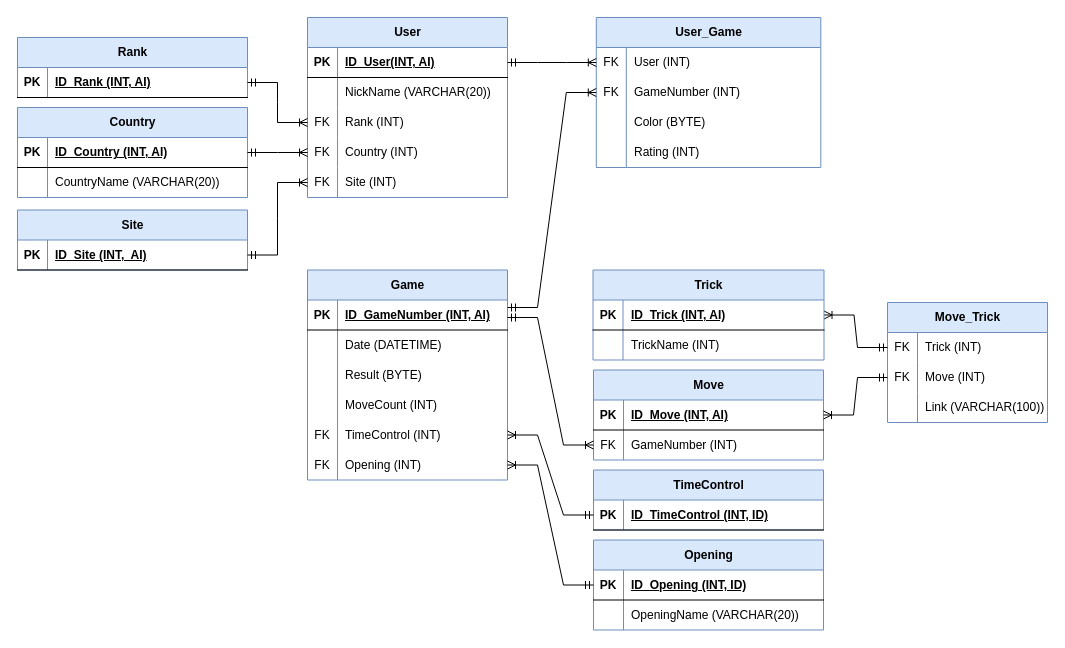
Earlier version of the draw.io diagram ChessDataBase/Физическая модель.drawio (Gmel2004/DataBasesLabWorks). Source tidied: cells renumbered, new cells numbered last; positions are measured from the earlier drawing's top-left corner, leaving out a move shared by most shapes. Both pictures are drawn from the tidied source at 100%, with x=0, y=0 at pixel (17, 17).
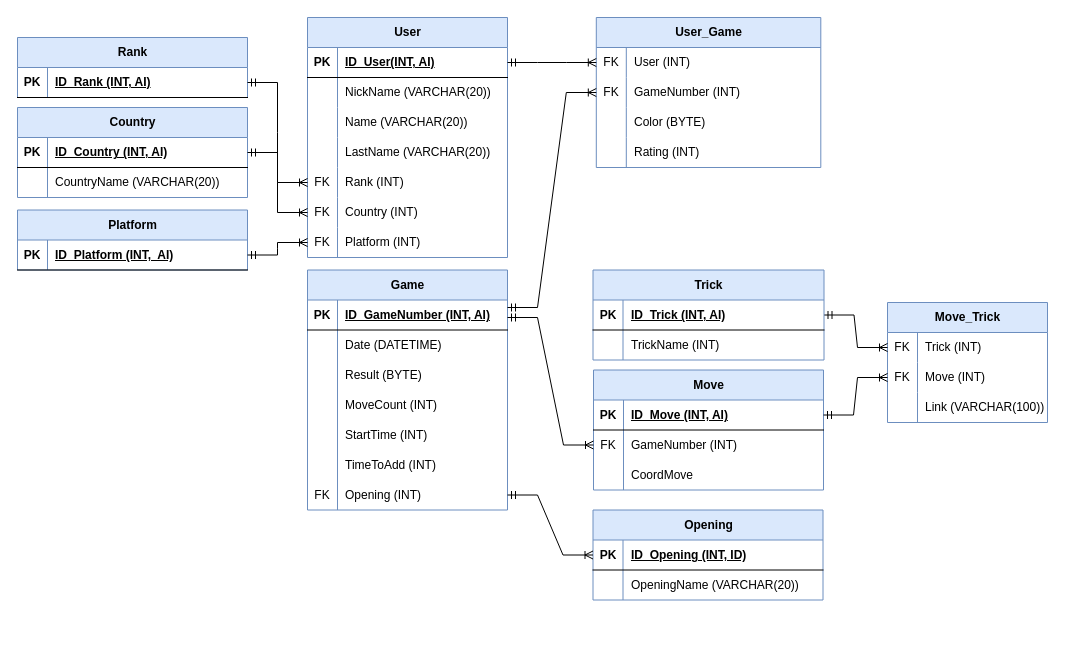
The same page after the edit.

The change refers to these unchanged cells:
```xml
<mxCell id="15" style="shape=tableRow;horizontal=0;startSize=0;swimlaneHead=0;swimlaneBody=0;fillColor=none;points=[[0,0.5],[1,0.5]];portConstraint=eastwest;top=0;left=0;right=0;bottom=0;labelBackgroundColor=none;" parent="2" vertex="1">
  <mxGeometry y="150" width="200" height="30" as="geometry" />
</mxCell>
<mxCell id="49" style="shape=tableRow;horizontal=0;startSize=0;swimlaneHead=0;swimlaneBody=0;fillColor=none;points=[[0,0.5],[1,0.5]];portConstraint=eastwest;top=0;left=0;right=0;bottom=1;labelBackgroundColor=none;" parent="48" vertex="1">
  <mxGeometry y="30" width="230" height="30" as="geometry" />
</mxCell>
<mxCell id="57" style="shape=tableRow;horizontal=0;startSize=0;swimlaneHead=0;swimlaneBody=0;fillColor=none;points=[[0,0.5],[1,0.5]];portConstraint=eastwest;top=0;left=0;right=0;bottom=1;labelBackgroundColor=none;" parent="56" vertex="1">
  <mxGeometry y="30" width="230" height="30" as="geometry" />
</mxCell>
<mxCell id="64" style="shape=tableRow;horizontal=0;startSize=0;swimlaneHead=0;swimlaneBody=0;fillColor=none;points=[[0,0.5],[1,0.5]];portConstraint=eastwest;top=0;left=0;right=0;bottom=0;labelBackgroundColor=none;" parent="63" vertex="1">
  <mxGeometry y="30" width="160" height="30" as="geometry" />
</mxCell>
<mxCell id="67" style="shape=tableRow;horizontal=0;startSize=0;swimlaneHead=0;swimlaneBody=0;fillColor=none;points=[[0,0.5],[1,0.5]];portConstraint=eastwest;top=0;left=0;right=0;bottom=0;labelBackgroundColor=none;" parent="63" vertex="1">
  <mxGeometry y="60" width="160" height="30" as="geometry" />
</mxCell>
<mxCell id="74" style="shape=tableRow;horizontal=0;startSize=0;swimlaneHead=0;swimlaneBody=0;fillColor=none;points=[[0,0.5],[1,0.5]];portConstraint=eastwest;top=0;left=0;right=0;bottom=1;labelBackgroundColor=none;" parent="73" vertex="1">
  <mxGeometry y="30" width="230" height="30" as="geometry" />
</mxCell>
<mxCell id="104" style="shape=tableRow;horizontal=0;startSize=0;swimlaneHead=0;swimlaneBody=0;fillColor=none;points=[[0,0.5],[1,0.5]];portConstraint=eastwest;top=0;left=0;right=0;bottom=1;" parent="103" vertex="1">
  <mxGeometry y="30" width="231" height="30" as="geometry" />
</mxCell>
```

The edit, as a diff of the source:
```diff
@@
     <mxCell id="2" value="Game" style="shape=table;startSize=30;childLayout=tableLayout;rowLines=0;fontStyle=1;align=center;html=1;labelBackgroundColor=none;fillColor=#dae8fc;strokeColor=#6c8ebf;" parent="1" vertex="1">
-      <mxGeometry x="290" y="252.5" width="200" height="210" as="geometry" />
+      <mxGeometry x="290" y="252.5" width="200" height="240" as="geometry" />
     </mxCell>
@@
-    <mxCell id="16" value="FK" style="shape=partialRectangle;fillColor=none;top=0;left=0;bottom=0;right=0;overflow=hidden;whiteSpace=wrap;html=1;labelBackgroundColor=none;" parent="15" vertex="1">
+    <mxCell id="16" style="shape=partialRectangle;fillColor=none;top=0;left=0;bottom=0;right=0;overflow=hidden;whiteSpace=wrap;html=1;labelBackgroundColor=none;" parent="15" vertex="1">
       <mxGeometry width="30" height="30" as="geometry" />
     </mxCell>
-    <mxCell id="17" value="TimeControl (INT)" style="shape=partialRectangle;fillColor=none;top=0;left=0;bottom=0;right=0;align=left;spacingLeft=6;overflow=hidden;whiteSpace=wrap;html=1;labelBackgroundColor=none;" parent="15" vertex="1">
+    <mxCell id="17" value="StartTime (INT)" style="shape=partialRectangle;fillColor=none;top=0;left=0;bottom=0;right=0;align=left;spacingLeft=6;overflow=hidden;whiteSpace=wrap;html=1;labelBackgroundColor=none;" parent="15" vertex="1">
       <mxGeometry x="30" width="170" height="30" as="geometry" />
     </mxCell>
+    <mxCell id="110" style="shape=tableRow;horizontal=0;startSize=0;swimlaneHead=0;swimlaneBody=0;fillColor=none;top=0;left=0;right=0;bottom=0;labelBackgroundColor=none;" parent="2" vertex="1">
+      <mxGeometry y="180" width="200" height="30" as="geometry" />
+    </mxCell>
+    <mxCell id="111" style="shape=partialRectangle;fillColor=none;top=0;left=0;bottom=0;right=0;overflow=hidden;whiteSpace=wrap;html=1;labelBackgroundColor=none;" parent="110" vertex="1">
+      <mxGeometry width="30" height="30" as="geometry" />
+    </mxCell>
+    <mxCell id="112" value="TimeToAdd (INT)" style="shape=partialRectangle;fillColor=none;top=0;left=0;bottom=0;right=0;align=left;spacingLeft=6;overflow=hidden;whiteSpace=wrap;html=1;labelBackgroundColor=none;" parent="110" vertex="1">
+      <mxGeometry x="30" width="170" height="30" as="geometry" />
+    </mxCell>
     <mxCell id="18" style="shape=tableRow;horizontal=0;startSize=0;swimlaneHead=0;swimlaneBody=0;fillColor=none;points=[[0,0.5],[1,0.5]];portConstraint=eastwest;top=0;left=0;right=0;bottom=0;labelBackgroundColor=none;" parent="2" vertex="1">
-      <mxGeometry y="180" width="200" height="30" as="geometry" />
+      <mxGeometry y="210" width="200" height="30" as="geometry" />
     </mxCell>
@@
     <mxCell id="21" value="User" style="shape=table;startSize=30;childLayout=tableLayout;rowLines=0;fontStyle=1;align=center;html=1;labelBackgroundColor=none;fillColor=#dae8fc;strokeColor=#6c8ebf;" parent="1" vertex="1">
-      <mxGeometry x="290" width="200" height="180" as="geometry" />
+      <mxGeometry x="290" width="200" height="240" as="geometry" />
     </mxCell>
@@
+    <mxCell id="113" style="shape=tableRow;horizontal=0;startSize=0;swimlaneHead=0;swimlaneBody=0;fillColor=none;top=0;left=0;right=0;bottom=0;labelBackgroundColor=none;" parent="21" vertex="1">
+      <mxGeometry y="90" width="200" height="30" as="geometry" />
+    </mxCell>
+    <mxCell id="114" style="shape=partialRectangle;fillColor=none;top=0;left=0;bottom=0;right=0;overflow=hidden;whiteSpace=wrap;html=1;labelBackgroundColor=none;" parent="113" vertex="1">
+      <mxGeometry width="30" height="30" as="geometry" />
+    </mxCell>
+    <mxCell id="115" value="Name (VARCHAR(20))" style="shape=partialRectangle;fillColor=none;top=0;left=0;bottom=0;right=0;align=left;spacingLeft=6;overflow=hidden;whiteSpace=wrap;html=1;labelBackgroundColor=none;" parent="113" vertex="1">
+      <mxGeometry x="30" width="170" height="30" as="geometry" />
+    </mxCell>
+    <mxCell id="116" style="shape=tableRow;horizontal=0;startSize=0;swimlaneHead=0;swimlaneBody=0;fillColor=none;top=0;left=0;right=0;bottom=0;labelBackgroundColor=none;" parent="21" vertex="1">
+      <mxGeometry y="120" width="200" height="30" as="geometry" />
+    </mxCell>
+    <mxCell id="117" style="shape=partialRectangle;fillColor=none;top=0;left=0;bottom=0;right=0;overflow=hidden;whiteSpace=wrap;html=1;labelBackgroundColor=none;" parent="116" vertex="1">
+      <mxGeometry width="30" height="30" as="geometry" />
+    </mxCell>
+    <mxCell id="118" value="LastName (VARCHAR(20))" style="shape=partialRectangle;fillColor=none;top=0;left=0;bottom=0;right=0;align=left;spacingLeft=6;overflow=hidden;whiteSpace=wrap;html=1;labelBackgroundColor=none;" parent="116" vertex="1">
+      <mxGeometry x="30" width="170" height="30" as="geometry" />
+    </mxCell>
     <mxCell id="28" style="shape=tableRow;horizontal=0;startSize=0;swimlaneHead=0;swimlaneBody=0;fillColor=none;points=[[0,0.5],[1,0.5]];portConstraint=eastwest;top=0;left=0;right=0;bottom=0;labelBackgroundColor=none;" parent="21" vertex="1">
-      <mxGeometry y="90" width="200" height="30" as="geometry" />
+      <mxGeometry y="150" width="200" height="30" as="geometry" />
     </mxCell>
@@
     <mxCell id="31" style="shape=tableRow;horizontal=0;startSize=0;swimlaneHead=0;swimlaneBody=0;fillColor=none;points=[[0,0.5],[1,0.5]];portConstraint=eastwest;top=0;left=0;right=0;bottom=0;labelBackgroundColor=none;" parent="21" vertex="1">
-      <mxGeometry y="120" width="200" height="30" as="geometry" />
+      <mxGeometry y="180" width="200" height="30" as="geometry" />
     </mxCell>
@@
     <mxCell id="34" style="shape=tableRow;horizontal=0;startSize=0;swimlaneHead=0;swimlaneBody=0;fillColor=none;points=[[0,0.5],[1,0.5]];portConstraint=eastwest;top=0;left=0;right=0;bottom=0;labelBackgroundColor=none;" parent="21" vertex="1">
-      <mxGeometry y="150" width="200" height="30" as="geometry" />
+      <mxGeometry y="210" width="200" height="30" as="geometry" />
     </mxCell>
@@
-    <mxCell id="36" value="Site (INT)" style="shape=partialRectangle;fillColor=none;top=0;left=0;bottom=0;right=0;align=left;spacingLeft=6;overflow=hidden;whiteSpace=wrap;html=1;labelBackgroundColor=none;" parent="34" vertex="1">
+    <mxCell id="36" value="Platform (INT)" style="shape=partialRectangle;fillColor=none;top=0;left=0;bottom=0;right=0;align=left;spacingLeft=6;overflow=hidden;whiteSpace=wrap;html=1;labelBackgroundColor=none;" parent="34" vertex="1">
       <mxGeometry x="30" width="170" height="30" as="geometry" />
     </mxCell>
@@
-    <mxCell id="48" value="Site" style="shape=table;startSize=30;childLayout=tableLayout;rowLines=0;fontStyle=1;align=center;html=1;labelBackgroundColor=none;fillColor=#dae8fc;strokeColor=#6c8ebf;" parent="1" vertex="1">
+    <mxCell id="48" value="Platform" style="shape=table;startSize=30;childLayout=tableLayout;rowLines=0;fontStyle=1;align=center;html=1;labelBackgroundColor=none;fillColor=#dae8fc;strokeColor=#6c8ebf;" parent="1" vertex="1">
       <mxGeometry y="192.5" width="230" height="60" as="geometry" />
     </mxCell>
@@
-    <mxCell id="51" value="ID_Site (INT,&amp;nbsp; AI)" style="shape=partialRectangle;fillColor=none;top=0;left=0;bottom=0;right=0;align=left;spacingLeft=6;fontStyle=5;overflow=hidden;whiteSpace=wrap;html=1;labelBackgroundColor=none;" parent="49" vertex="1">
+    <mxCell id="51" value="ID_Platform (INT,&amp;nbsp; AI)" style="shape=partialRectangle;fillColor=none;top=0;left=0;bottom=0;right=0;align=left;spacingLeft=6;fontStyle=5;overflow=hidden;whiteSpace=wrap;html=1;labelBackgroundColor=none;" parent="49" vertex="1">
       <mxGeometry x="30" width="200" height="30" as="geometry" />
     </mxCell>
-    <mxCell id="52" value="TimeControl" style="shape=table;startSize=30;childLayout=tableLayout;rowLines=0;fontStyle=1;align=center;html=1;labelBackgroundColor=none;fillColor=#dae8fc;strokeColor=#6c8ebf;" parent="1" vertex="1">
-      <mxGeometry x="576" y="452.5" width="230" height="60" as="geometry" />
-    </mxCell>
-    <mxCell id="53" style="shape=tableRow;horizontal=0;startSize=0;swimlaneHead=0;swimlaneBody=0;fillColor=none;points=[[0,0.5],[1,0.5]];portConstraint=eastwest;top=0;left=0;right=0;bottom=1;labelBackgroundColor=none;" parent="52" vertex="1">
-      <mxGeometry y="30" width="230" height="30" as="geometry" />
-    </mxCell>
-    <mxCell id="54" value="PK" style="shape=partialRectangle;fillColor=none;top=0;left=0;bottom=0;right=0;fontStyle=1;overflow=hidden;whiteSpace=wrap;html=1;labelBackgroundColor=none;" parent="53" vertex="1">
-      <mxGeometry width="30" height="30" as="geometry" />
-    </mxCell>
-    <mxCell id="55" value="ID_TimeControl (INT, ID)" style="shape=partialRectangle;fillColor=none;top=0;left=0;bottom=0;right=0;align=left;spacingLeft=6;fontStyle=5;overflow=hidden;whiteSpace=wrap;html=1;labelBackgroundColor=none;" parent="53" vertex="1">
-      <mxGeometry x="30" width="200" height="30" as="geometry" />
-    </mxCell>
     <mxCell id="56" value="Move" style="shape=table;startSize=30;childLayout=tableLayout;rowLines=0;fontStyle=1;align=center;html=1;labelBackgroundColor=none;fillColor=#dae8fc;strokeColor=#6c8ebf;" parent="1" vertex="1">
-      <mxGeometry x="576" y="352.5" width="230" height="90" as="geometry" />
+      <mxGeometry x="576" y="352.5" width="230" height="120" as="geometry" />
     </mxCell>
@@
+    <mxCell id="119" style="shape=tableRow;horizontal=0;startSize=0;swimlaneHead=0;swimlaneBody=0;fillColor=none;top=0;left=0;right=0;bottom=0;labelBackgroundColor=none;" parent="56" vertex="1">
+      <mxGeometry y="90" width="230" height="30" as="geometry" />
+    </mxCell>
+    <mxCell id="120" style="shape=partialRectangle;fillColor=none;top=0;left=0;bottom=0;right=0;overflow=hidden;whiteSpace=wrap;html=1;labelBackgroundColor=none;" parent="119" vertex="1">
+      <mxGeometry width="30" height="30" as="geometry" />
+    </mxCell>
+    <mxCell id="121" value="CoordMove" style="shape=partialRectangle;fillColor=none;top=0;left=0;bottom=0;right=0;align=left;spacingLeft=6;overflow=hidden;whiteSpace=wrap;html=1;labelBackgroundColor=none;" parent="119" vertex="1">
+      <mxGeometry x="30" width="200" height="30" as="geometry" />
+    </mxCell>
@@
     <mxCell id="73" value="Opening" style="shape=table;startSize=30;childLayout=tableLayout;rowLines=0;fontStyle=1;align=center;html=1;labelBackgroundColor=none;fillColor=#dae8fc;strokeColor=#6c8ebf;" parent="1" vertex="1">
-      <mxGeometry x="576" y="522.5" width="230" height="90" as="geometry" />
+      <mxGeometry x="575.5" y="492.5" width="230" height="90" as="geometry" />
     </mxCell>
@@
-    <mxCell id="83" style="edgeStyle=entityRelationEdgeStyle;fontSize=12;html=1;endArrow=ERoneToMany;startArrow=ERmandOne;rounded=0;exitX=0;exitY=0.5;exitDx=0;exitDy=0;entryX=1;entryY=0.5;entryDx=0;entryDy=0;labelBackgroundColor=none;fontColor=default;" parent="1" edge="1" source="74" target="18">
+    <mxCell id="83" style="edgeStyle=entityRelationEdgeStyle;fontSize=12;html=1;endArrow=ERoneToMany;startArrow=ERmandOne;rounded=0;entryX=0;entryY=0.5;entryDx=0;entryDy=0;labelBackgroundColor=none;fontColor=default;" parent="1" edge="1" source="18" target="74">
       <mxGeometry relative="1" as="geometry">
         <Array as="points">
           <mxPoint x="60" y="430" />
           <mxPoint x="60" y="400" />
           <mxPoint x="20" y="420" />
         </Array>
       </mxGeometry>
     </mxCell>
@@
-    <mxCell id="85" style="edgeStyle=entityRelationEdgeStyle;fontSize=12;html=1;endArrow=ERoneToMany;startArrow=ERmandOne;rounded=0;exitX=0;exitY=0.5;exitDx=0;exitDy=0;entryX=1;entryY=0.5;entryDx=0;entryDy=0;labelBackgroundColor=none;fontColor=default;" parent="1" edge="1" source="53" target="15">
-      <mxGeometry relative="1" as="geometry">
-        <Array as="points">
-          <mxPoint x="80" y="450" />
-          <mxPoint x="80" y="420" />
-          <mxPoint x="40" y="440" />
-        </Array>
-      </mxGeometry>
-    </mxCell>
-    <mxCell id="86" style="edgeStyle=entityRelationEdgeStyle;fontSize=12;html=1;endArrow=ERoneToMany;startArrow=ERmandOne;rounded=0;entryX=1;entryY=0.5;entryDx=0;entryDy=0;labelBackgroundColor=none;fontColor=default;" parent="1" edge="1" source="67" target="57">
+    <mxCell id="86" style="edgeStyle=entityRelationEdgeStyle;fontSize=12;html=1;endArrow=ERoneToMany;startArrow=ERmandOne;rounded=0;labelBackgroundColor=none;fontColor=default;exitX=1;exitY=0.5;exitDx=0;exitDy=0;entryX=0;entryY=0.5;entryDx=0;entryDy=0;" parent="1" edge="1" source="57" target="67">
       <mxGeometry relative="1" as="geometry">
         <Array as="points">
+          <mxPoint x="810" y="390" />
           <mxPoint x="80" y="372.5" />
           <mxPoint x="760" y="442.5" />
           <mxPoint x="80" y="342.5" />
           <mxPoint x="40" y="362.5" />
         </Array>
       </mxGeometry>
     </mxCell>
-    <mxCell id="87" style="edgeStyle=entityRelationEdgeStyle;fontSize=12;html=1;endArrow=ERoneToMany;startArrow=ERmandOne;rounded=0;entryX=1;entryY=0.5;entryDx=0;entryDy=0;exitX=0;exitY=0.5;exitDx=0;exitDy=0;labelBackgroundColor=none;fontColor=default;" parent="1" edge="1" source="64" target="104">
+    <mxCell id="87" style="edgeStyle=entityRelationEdgeStyle;fontSize=12;html=1;endArrow=ERoneToMany;startArrow=ERmandOne;rounded=0;exitX=1;exitY=0.5;exitDx=0;exitDy=0;labelBackgroundColor=none;fontColor=default;entryX=0;entryY=0.5;entryDx=0;entryDy=0;" parent="1" edge="1" source="104" target="64">
       <mxGeometry relative="1" as="geometry">
         <Array as="points">
           <mxPoint x="90" y="382.5" />
           <mxPoint x="90" y="352.5" />
           <mxPoint x="50" y="372.5" />
         </Array>
       </mxGeometry>
     </mxCell>
```
